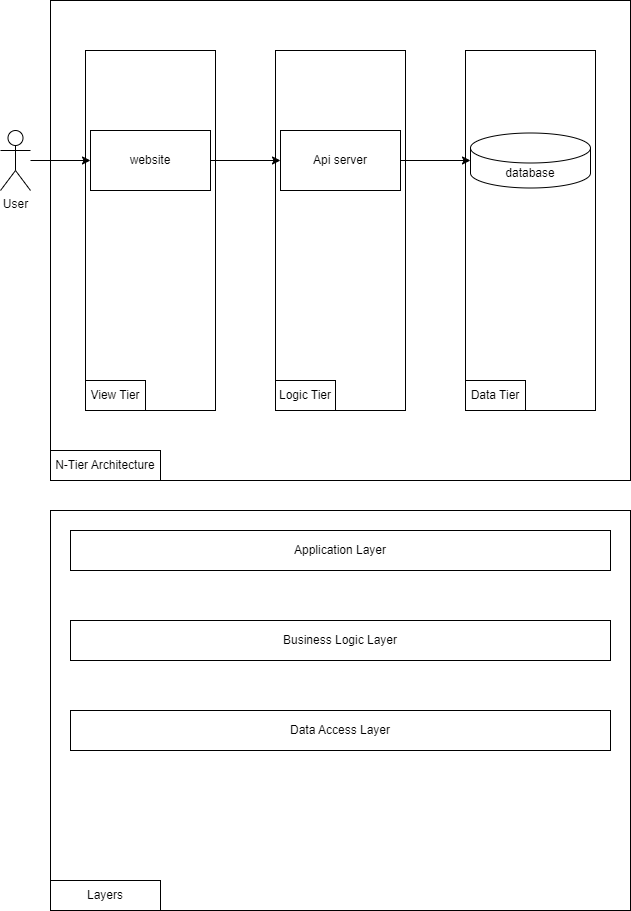
Above: arch.drawio.png in ffarps/Fitness (draw.io), before the change. Source tidied: cells renumbered, new cells last; positions are measured from the earlier drawing's top-left corner, leaving out a move shared by most shapes.
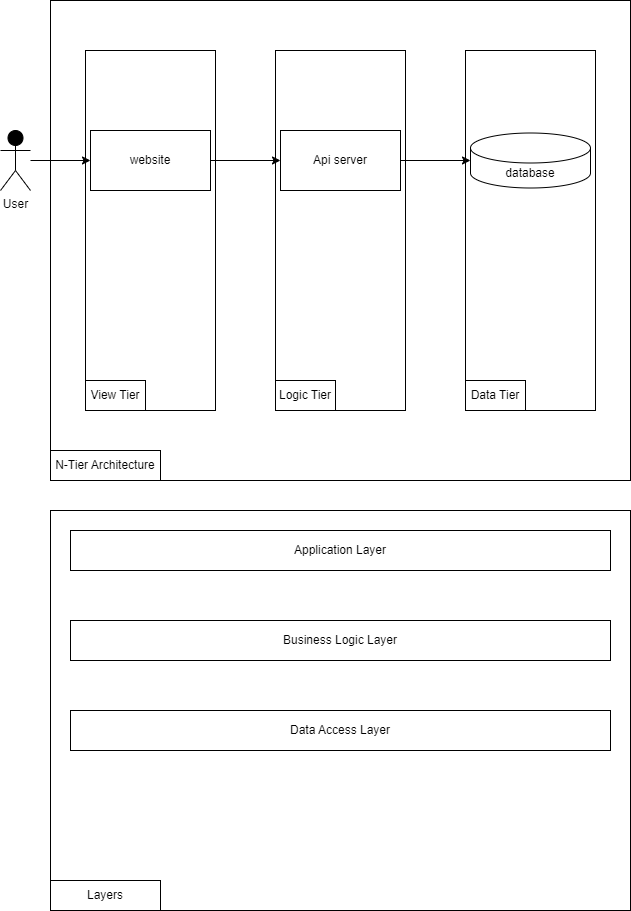
After the commit.

Change to the diagram source:
```diff
@@ -23,7 +23,7 @@
     <mxCell id="8" style="edgeStyle=orthogonalEdgeStyle;rounded=0;jettySize=auto;html=1;strokeColor=#000000;fontColor=#000000;" parent="1" edge="1" source="9" target="12">
       <mxGeometry relative="1" as="geometry" />
     </mxCell>
-    <mxCell id="9" value="User" style="shape=umlActor;verticalLabelPosition=bottom;verticalAlign=top;html=1;outlineConnect=0;strokeColor=#000000;fontColor=#000000;" parent="1" vertex="1">
+    <mxCell id="9" value="User" style="shape=umlActor;verticalLabelPosition=bottom;verticalAlign=top;html=1;outlineConnect=0;strokeColor=#000000;fontColor=#000000;fillColor=#000000;" parent="1" vertex="1">
       <mxGeometry y="130" width="30" height="60" as="geometry" />
     </mxCell>
     <mxCell id="10" value="View Tier" style="text;html=1;strokeColor=#000000;fillColor=none;align=center;verticalAlign=middle;whiteSpace=wrap;rounded=0;fontColor=#000000;" parent="1" vertex="1">
```
